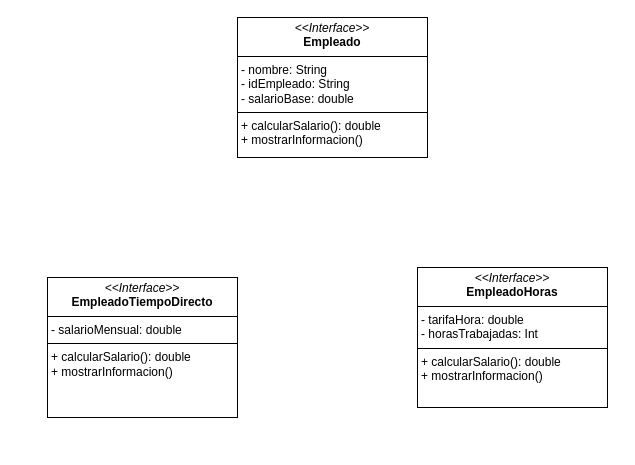
This is page "Página-7" (7 of 10) of Taller10Ejercicios.drawio from JetstreamSam09/sena_trabajos_trimestre2, a draw.io file, before an edit. Source tidied: cells renumbered, new cells numbered last; positions are measured from the earlier drawing's top-left corner, leaving out a move shared by most shapes. Both pictures are drawn from the tidied source at 100%, with x=0, y=0 at pixel (47, 17).
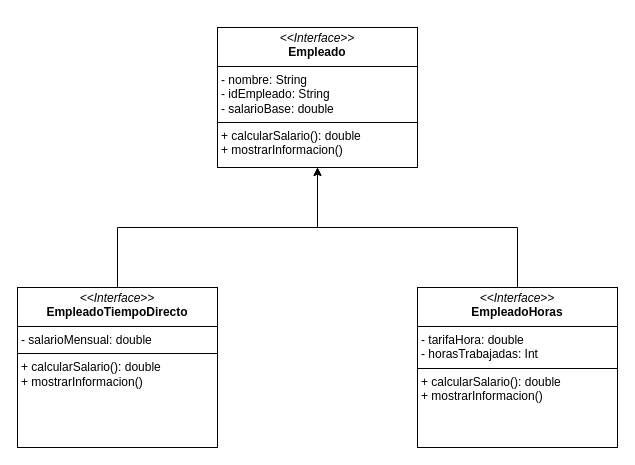
Above is the later version.

Diff of the diagram source:
```diff
@@
 <mxGraphModel>
   <root>
     <mxCell id="0" />
     <mxCell id="1" parent="0" />
     <mxCell id="2" value="&lt;p style=&quot;margin:0px;margin-top:4px;text-align:center;&quot;&gt;&lt;i&gt;&amp;lt;&amp;lt;Interface&amp;gt;&amp;gt;&lt;/i&gt;&lt;br&gt;&lt;b&gt;Empleado&lt;/b&gt;&lt;/p&gt;&lt;hr size=&quot;1&quot; style=&quot;border-style:solid;&quot;&gt;&lt;p style=&quot;margin:0px;margin-left:4px;&quot;&gt;- nombre: String&lt;/p&gt;&lt;p style=&quot;margin:0px;margin-left:4px;&quot;&gt;- idEmpleado: String&lt;/p&gt;&lt;p style=&quot;margin:0px;margin-left:4px;&quot;&gt;- salarioBase: double&lt;/p&gt;&lt;hr size=&quot;1&quot; style=&quot;border-style:solid;&quot;&gt;&lt;p style=&quot;margin:0px;margin-left:4px;&quot;&gt;+ calcularSalario(): double&lt;/p&gt;&lt;p style=&quot;margin:0px;margin-left:4px;&quot;&gt;+ mostrarInformacion()&lt;/p&gt;" style="verticalAlign=top;align=left;overflow=fill;html=1;whiteSpace=wrap;" parent="1" vertex="1">
-      <mxGeometry x="190" width="190" height="140" as="geometry" />
+      <mxGeometry x="170" y="10" width="200" height="140" as="geometry" />
     </mxCell>
+    <mxCell id="5" style="edgeStyle=orthogonalEdgeStyle;rounded=0;jettySize=auto;html=1;entryX=0.5;entryY=1;entryDx=0;entryDy=0;" parent="1" edge="1" source="3" target="2">
+      <mxGeometry relative="1" as="geometry" />
+    </mxCell>
     <mxCell id="3" value="&lt;p style=&quot;margin:0px;margin-top:4px;text-align:center;&quot;&gt;&lt;i&gt;&amp;lt;&amp;lt;Interface&amp;gt;&amp;gt;&lt;/i&gt;&lt;br&gt;&lt;b&gt;EmpleadoTiempoDirecto&lt;/b&gt;&lt;/p&gt;&lt;hr size=&quot;1&quot; style=&quot;border-style:solid;&quot;&gt;&lt;p style=&quot;margin:0px;margin-left:4px;&quot;&gt;- salarioMensual: double&lt;br&gt;&lt;/p&gt;&lt;hr size=&quot;1&quot; style=&quot;border-style:solid;&quot;&gt;&lt;p style=&quot;margin:0px;margin-left:4px;&quot;&gt;+ calcularSalario(): double&lt;br&gt;+ mostrarInformacion()&lt;/p&gt;" style="verticalAlign=top;align=left;overflow=fill;html=1;whiteSpace=wrap;" parent="1" vertex="1">
-      <mxGeometry y="260" width="190" height="140" as="geometry" />
+      <mxGeometry x="-30" y="270" width="200" height="160" as="geometry" />
     </mxCell>
+    <mxCell id="6" style="edgeStyle=orthogonalEdgeStyle;rounded=0;jettySize=auto;html=1;" parent="1" edge="1" source="4" target="2">
+      <mxGeometry relative="1" as="geometry" />
+    </mxCell>
     <mxCell id="4" value="&lt;p style=&quot;margin:0px;margin-top:4px;text-align:center;&quot;&gt;&lt;i&gt;&amp;lt;&amp;lt;Interface&amp;gt;&amp;gt;&lt;/i&gt;&lt;br&gt;&lt;b&gt;EmpleadoHoras&lt;/b&gt;&lt;/p&gt;&lt;hr size=&quot;1&quot; style=&quot;border-style:solid;&quot;&gt;&lt;p style=&quot;margin:0px;margin-left:4px;&quot;&gt;- tarifaHora: double&lt;br&gt;- horasTrabajadas: Int&lt;/p&gt;&lt;hr size=&quot;1&quot; style=&quot;border-style:solid;&quot;&gt;&lt;p style=&quot;margin:0px;margin-left:4px;&quot;&gt;+ calcularSalario(): double&lt;br&gt;+ mostrarInformacion()&lt;/p&gt;" style="verticalAlign=top;align=left;overflow=fill;html=1;whiteSpace=wrap;" parent="1" vertex="1">
-      <mxGeometry x="370" y="250" width="190" height="140" as="geometry" />
+      <mxGeometry x="370" y="270" width="200" height="160" as="geometry" />
     </mxCell>
   </root>
 </mxGraphModel>
```
